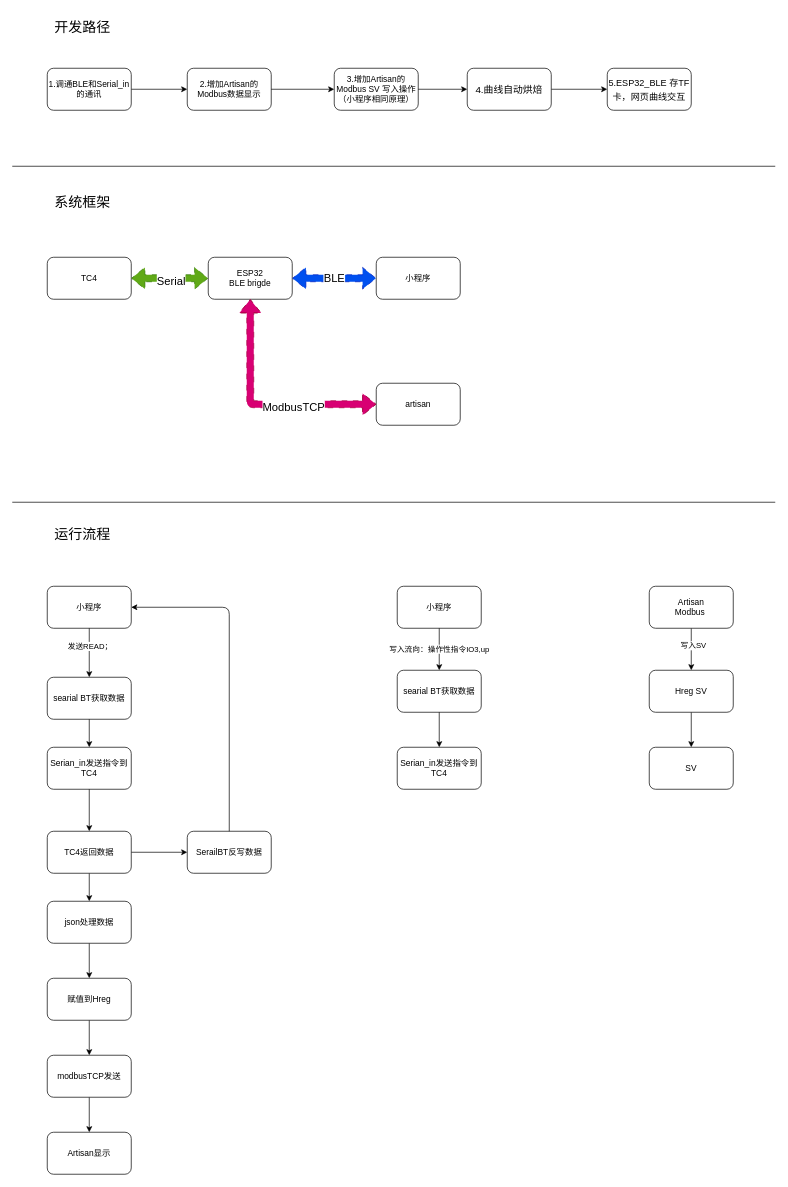
Above: src/flow.drawio in sakunamary/tc4-ble-brigde (draw.io), before the change. Source tidied: cells renumbered, new cells numbered last; positions are measured from the earlier drawing's top-left corner, leaving out a move shared by most shapes. Both pictures are drawn from the tidied source at 70%, with x=0, y=0 at pixel (12, 12).
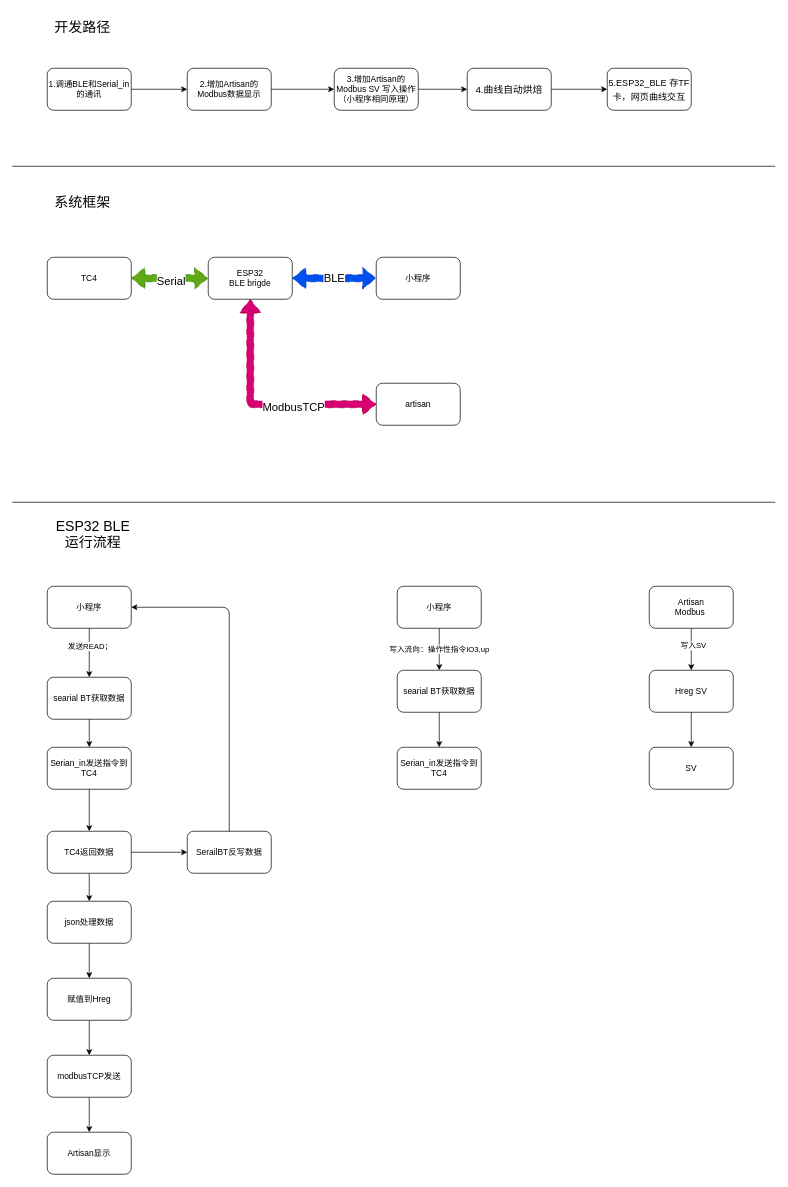
Above is the later version.

Change to the diagram source:
```diff
@@
-    <mxCell id="50" value="&lt;span style=&quot;font-size: 20px;&quot;&gt;运行流程&lt;/span&gt;" style="text;html=1;align=center;verticalAlign=middle;strokeColor=none;fillColor=none;" parent="1" vertex="1">
-      <mxGeometry x="50" y="725" width="100" height="40" as="geometry" />
+    <mxCell id="50" value="&lt;span style=&quot;font-size: 20px;&quot;&gt;ESP32 BLE&lt;br&gt;运行流程&lt;/span&gt;" style="text;html=1;align=center;verticalAlign=middle;strokeColor=none;fillColor=none;" parent="1" vertex="1">
+      <mxGeometry x="50" y="715" width="130" height="60" as="geometry" />
     </mxCell>
```
